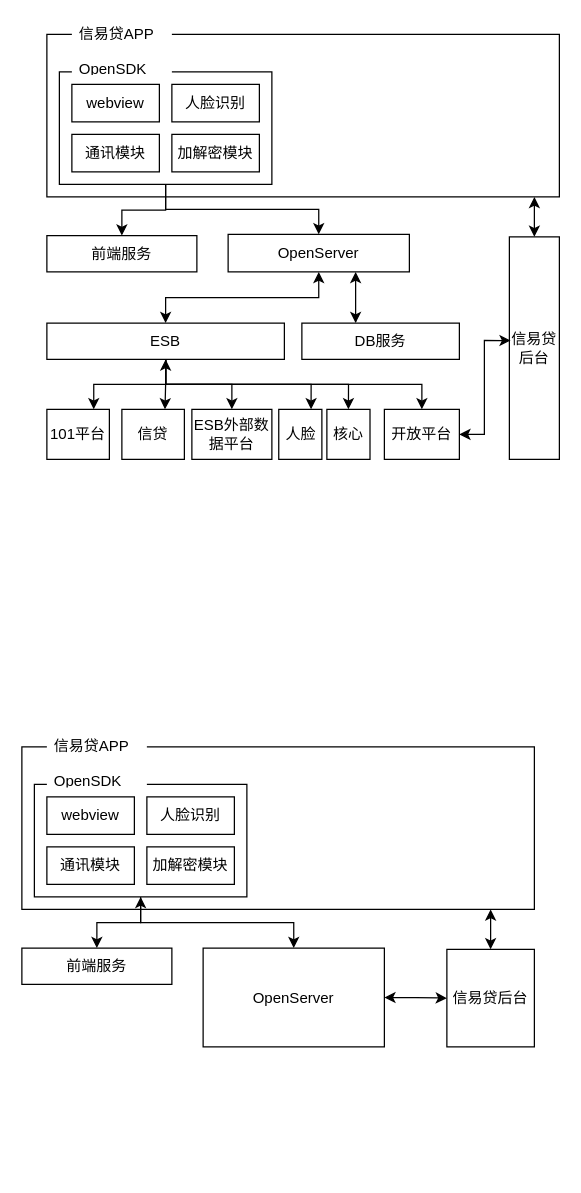
Before: page "第 3 页" (3 of 8) of doc/未命名绘图.drawio in shushanfx/nfile, a draw.io diagram. Source tidied: cells renumbered, new cells numbered last; positions are measured from the earlier drawing's top-left corner, leaving out a move shared by most shapes. Both pictures are drawn from the tidied source at 125%, with x=0, y=0 at pixel (21, 21).
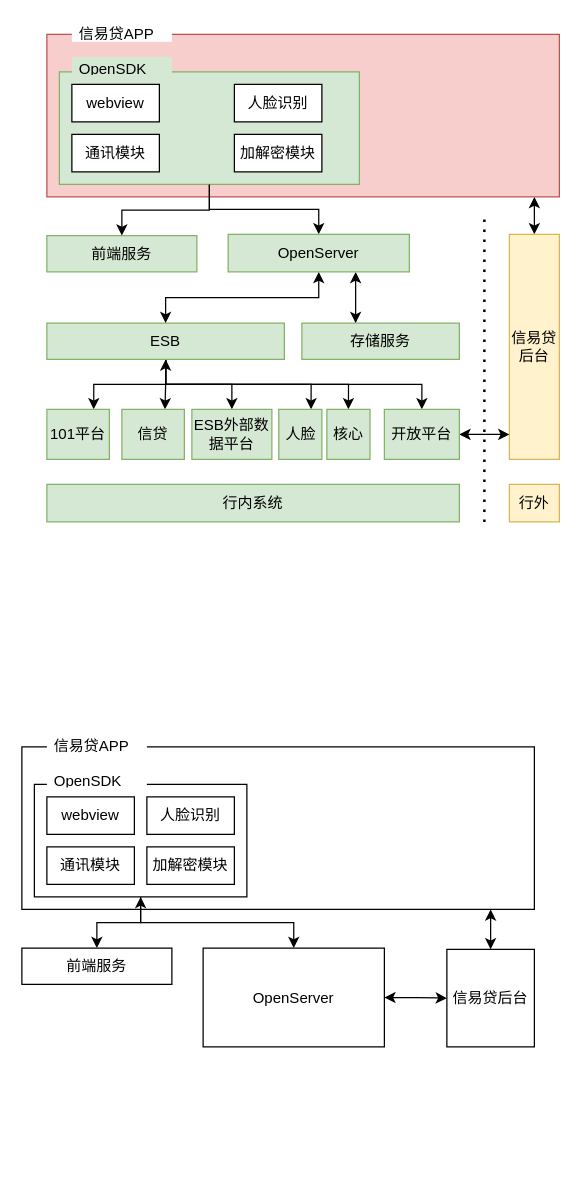
After the change.

What changed in the source:
```diff
@@
+    <mxCell id="38" style="edgeStyle=orthogonalEdgeStyle;rounded=0;jettySize=auto;html=1;entryX=0.5;entryY=0;entryDx=0;entryDy=0;startArrow=classic;startFill=1;" parent="1" edge="1" source="18" target="37">
+      <mxGeometry relative="1" as="geometry">
+        <Array as="points">
+          <mxPoint x="410" y="150" />
+          <mxPoint x="410" y="150" />
+        </Array>
+      </mxGeometry>
+    </mxCell>
-    <mxCell id="18" style="rounded=0;whiteSpace=wrap;html=1;" parent="1" vertex="1">
+    <mxCell id="18" style="rounded=0;whiteSpace=wrap;html=1;fillColor=#f8cecc;strokeColor=#b85450;" parent="1" vertex="1">
       <mxGeometry x="20" y="10" width="410" height="130" as="geometry" />
     </mxCell>
@@
-    <mxCell id="20" style="rounded=0;whiteSpace=wrap;html=1;" parent="1" vertex="1">
-      <mxGeometry x="30" y="40" width="170" height="90" as="geometry" />
+    <mxCell id="20" style="rounded=0;whiteSpace=wrap;html=1;fillColor=#d5e8d4;strokeColor=#82b366;" parent="1" vertex="1">
+      <mxGeometry x="30" y="40" width="240" height="90" as="geometry" />
     </mxCell>
@@
     <mxCell id="22" value="加解密模块" style="rounded=0;whiteSpace=wrap;html=1;" parent="1" vertex="1">
-      <mxGeometry x="120" y="90" width="70" height="30" as="geometry" />
+      <mxGeometry x="170" y="90" width="70" height="30" as="geometry" />
     </mxCell>
     <mxCell id="23" value="人脸识别" style="rounded=0;whiteSpace=wrap;html=1;" parent="1" vertex="1">
-      <mxGeometry x="120" y="50" width="70" height="30" as="geometry" />
+      <mxGeometry x="170" y="50" width="70" height="30" as="geometry" />
     </mxCell>
@@
-    <mxCell id="25" value="OpenSDK" style="text;strokeColor=none;fillColor=default;align=left;verticalAlign=middle;spacingLeft=4;spacingRight=4;overflow=hidden;whiteSpace=wrap;html=1;" parent="1" vertex="1">
+    <mxCell id="25" value="OpenSDK" style="text;strokeColor=none;fillColor=#d5e8d4;align=left;verticalAlign=middle;spacingLeft=4;spacingRight=4;overflow=hidden;whiteSpace=wrap;html=1;" parent="1" vertex="1">
       <mxGeometry x="40" y="28" width="80" height="16" as="geometry" />
     </mxCell>
@@
-    <mxCell id="27" value="前端服务" style="rounded=0;whiteSpace=wrap;html=1;" parent="1" vertex="1">
+    <mxCell id="27" value="前端服务" style="rounded=0;whiteSpace=wrap;html=1;fillColor=#d5e8d4;strokeColor=#82b366;" parent="1" vertex="1">
       <mxGeometry x="20" y="171" width="120" height="29" as="geometry" />
     </mxCell>
@@
-    <mxCell id="35" value="ESB" style="rounded=0;whiteSpace=wrap;html=1;" parent="1" vertex="1">
+    <mxCell id="35" value="ESB" style="rounded=0;whiteSpace=wrap;html=1;fillColor=#d5e8d4;strokeColor=#82b366;" parent="1" vertex="1">
       <mxGeometry x="20" y="241" width="190" height="29" as="geometry" />
     </mxCell>
-    <mxCell id="36" value="DB服务" style="rounded=0;whiteSpace=wrap;html=1;" parent="1" vertex="1">
+    <mxCell id="36" value="存储服务" style="rounded=0;whiteSpace=wrap;html=1;fillColor=#d5e8d4;strokeColor=#82b366;" parent="1" vertex="1">
       <mxGeometry x="224" y="241" width="126" height="29" as="geometry" />
     </mxCell>
-    <mxCell id="37" value="信易贷后台" style="rounded=0;whiteSpace=wrap;html=1;" parent="1" vertex="1">
-      <mxGeometry x="390" y="172" width="40" height="178" as="geometry" />
+    <mxCell id="37" value="信易贷后台" style="rounded=0;whiteSpace=wrap;html=1;fillColor=#fff2cc;strokeColor=#d6b656;" parent="1" vertex="1">
+      <mxGeometry x="390" y="170" width="40" height="180" as="geometry" />
     </mxCell>
-    <mxCell id="38" style="edgeStyle=orthogonalEdgeStyle;rounded=0;jettySize=auto;html=1;entryX=0.5;entryY=0;entryDx=0;entryDy=0;startArrow=classic;startFill=1;" parent="1" edge="1" source="18" target="37">
-      <mxGeometry relative="1" as="geometry">
-        <Array as="points">
-          <mxPoint x="395" y="140" />
-          <mxPoint x="395" y="140" />
-        </Array>
-      </mxGeometry>
-    </mxCell>
@@
-    <mxCell id="41" value="OpenServer" style="rounded=0;whiteSpace=wrap;html=1;" parent="1" vertex="1">
+    <mxCell id="41" value="OpenServer" style="rounded=0;whiteSpace=wrap;html=1;fillColor=#d5e8d4;strokeColor=#82b366;" parent="1" vertex="1">
       <mxGeometry x="165" y="170" width="145" height="30" as="geometry" />
     </mxCell>
-    <mxCell id="42" value="101平台" style="rounded=0;whiteSpace=wrap;html=1;" parent="1" vertex="1">
+    <mxCell id="42" value="101平台" style="rounded=0;whiteSpace=wrap;html=1;fillColor=#d5e8d4;strokeColor=#82b366;" parent="1" vertex="1">
       <mxGeometry x="20" y="310" width="50" height="40" as="geometry" />
     </mxCell>
-    <mxCell id="43" value="信贷" style="rounded=0;whiteSpace=wrap;html=1;" parent="1" vertex="1">
+    <mxCell id="43" value="信贷" style="rounded=0;whiteSpace=wrap;html=1;fillColor=#d5e8d4;strokeColor=#82b366;" parent="1" vertex="1">
       <mxGeometry x="80" y="310" width="50" height="40" as="geometry" />
     </mxCell>
-    <mxCell id="44" value="ESB外部数据平台" style="rounded=0;whiteSpace=wrap;html=1;" parent="1" vertex="1">
+    <mxCell id="44" value="ESB外部数据平台" style="rounded=0;whiteSpace=wrap;html=1;fillColor=#d5e8d4;strokeColor=#82b366;" parent="1" vertex="1">
       <mxGeometry x="136" y="310" width="64" height="40" as="geometry" />
     </mxCell>
-    <mxCell id="45" value="人脸" style="rounded=0;whiteSpace=wrap;html=1;" parent="1" vertex="1">
+    <mxCell id="45" value="人脸" style="rounded=0;whiteSpace=wrap;html=1;fillColor=#d5e8d4;strokeColor=#82b366;" parent="1" vertex="1">
       <mxGeometry x="205.5" y="310" width="34.5" height="40" as="geometry" />
     </mxCell>
-    <mxCell id="46" value="核心" style="rounded=0;whiteSpace=wrap;html=1;" parent="1" vertex="1">
+    <mxCell id="46" value="核心" style="rounded=0;whiteSpace=wrap;html=1;fillColor=#d5e8d4;strokeColor=#82b366;" parent="1" vertex="1">
       <mxGeometry x="244" y="310" width="34.5" height="40" as="geometry" />
     </mxCell>
-    <mxCell id="47" style="edgeStyle=orthogonalEdgeStyle;rounded=0;jettySize=auto;html=1;entryX=0.025;entryY=0.466;entryDx=0;entryDy=0;entryPerimeter=0;startArrow=classic;startFill=1;" parent="1" edge="1" source="48" target="37">
-      <mxGeometry relative="1" as="geometry" />
+    <mxCell id="47" style="edgeStyle=orthogonalEdgeStyle;rounded=0;jettySize=auto;html=1;startArrow=classic;startFill=1;" parent="1" edge="1" source="48" target="37">
+      <mxGeometry relative="1" as="geometry">
+        <Array as="points">
+          <mxPoint x="380" y="330" />
+          <mxPoint x="380" y="330" />
+        </Array>
+      </mxGeometry>
     </mxCell>
-    <mxCell id="48" value="开放平台" style="rounded=0;whiteSpace=wrap;html=1;" parent="1" vertex="1">
+    <mxCell id="48" value="开放平台" style="rounded=0;whiteSpace=wrap;html=1;fillColor=#d5e8d4;strokeColor=#82b366;" parent="1" vertex="1">
       <mxGeometry x="290" y="310" width="60" height="40" as="geometry" />
     </mxCell>
+    <mxCell id="49" style="endArrow=none;dashed=1;html=1;dashPattern=1 3;strokeWidth=2;rounded=0;" parent="1" edge="1">
+      <mxGeometry relative="1" as="geometry">
+        <mxPoint x="370" y="400" as="sourcePoint" />
+        <mxPoint x="370" y="158" as="targetPoint" />
+      </mxGeometry>
+    </mxCell>
+    <mxCell id="50" value="行内系统" style="rounded=0;whiteSpace=wrap;html=1;fillColor=#d5e8d4;strokeColor=#82b366;" parent="1" vertex="1">
+      <mxGeometry x="20" y="370" width="330" height="30" as="geometry" />
+    </mxCell>
+    <mxCell id="51" value="行外" style="rounded=0;whiteSpace=wrap;html=1;fillColor=#fff2cc;strokeColor=#d6b656;" parent="1" vertex="1">
+      <mxGeometry x="390" y="370" width="40" height="30" as="geometry" />
+    </mxCell>
```
